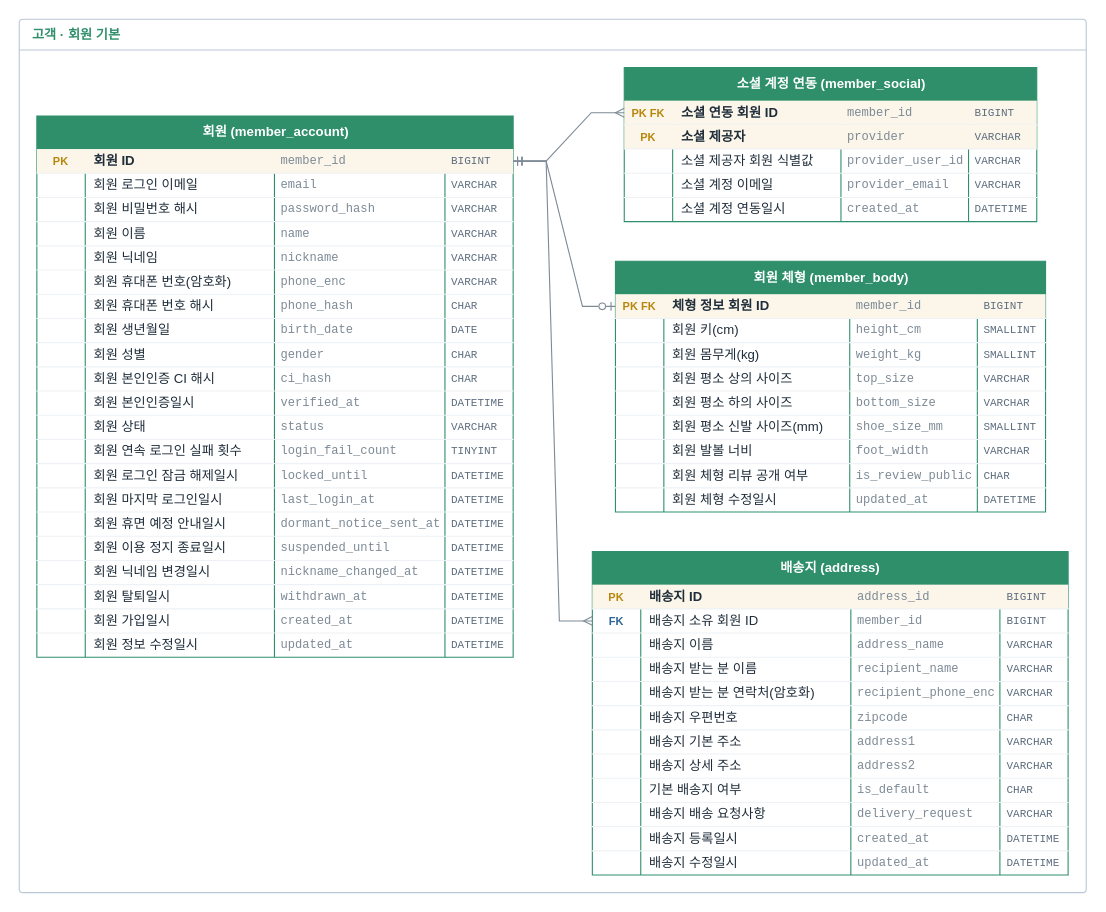
Before: page "전체" (1 of 2) of docs/erd.drawio in jjonong/fashion-shoppingmall, a draw.io diagram. Source tidied: cells renumbered, new cells numbered last; positions are measured from the earlier drawing's top-left corner, leaving out a move shared by most shapes. Both pictures are drawn from the tidied source at 110%, with x=0, y=0 at pixel (19, 19).
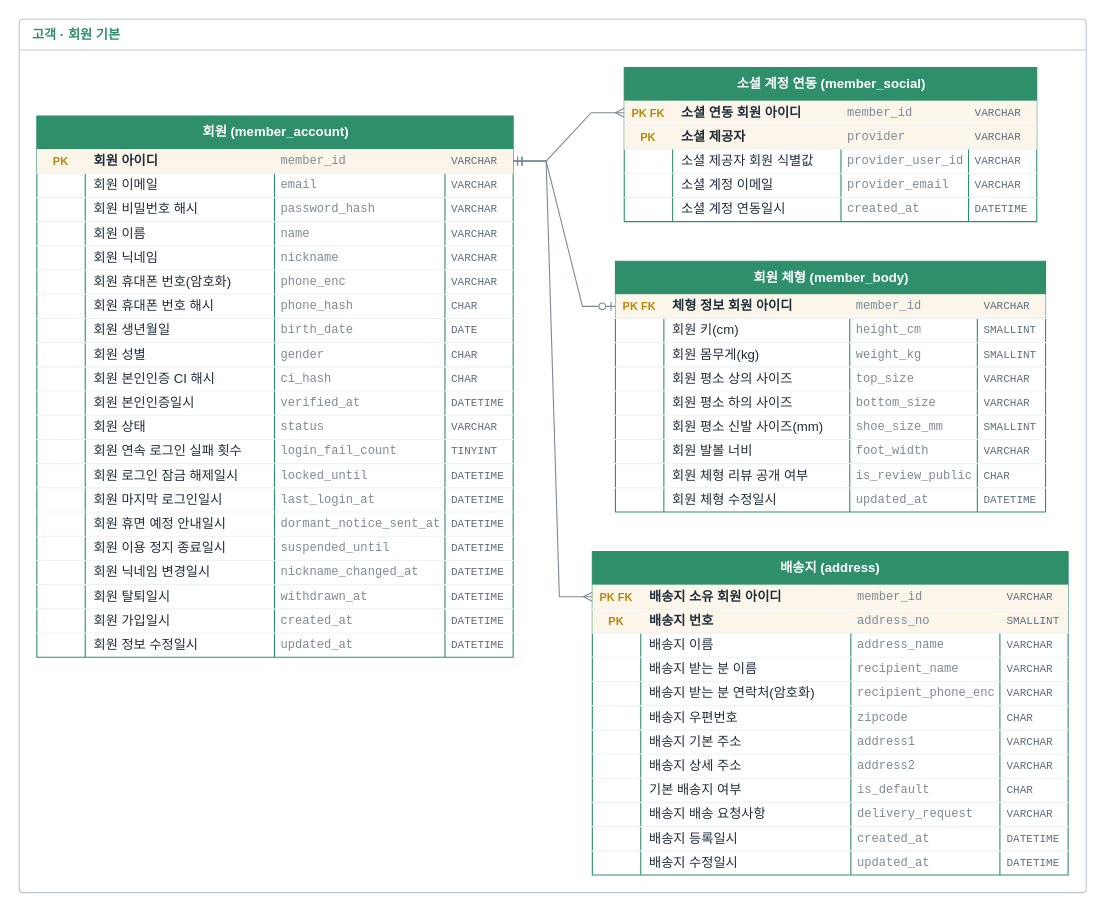
The same diagram, later.

Commit message (it also covers changes not shown here):
AUTO_INCREMENT 제거: 회원 PK를 아이디(varchar)로, 배송지는 (회원 아이디, 배송지 번호) 복합키

The change refers to these unchanged cells:
```xml
<mxCell id="4" style="shape=tableRow;horizontal=0;startSize=0;swimlaneHead=0;swimlaneBody=0;fillColor=#FBF6E9;points=[[0,0.5],[1,0.5]];portConstraint=eastwest;top=0;left=0;right=0;bottom=1;strokeColor=#eef2f6;" parent="3" vertex="1">
  <mxGeometry y="30" width="433" height="22" as="geometry" />
</mxCell>
<mxCell id="9" style="shape=tableRow;horizontal=0;startSize=0;swimlaneHead=0;swimlaneBody=0;fillColor=none;top=0;left=0;right=0;bottom=1;strokeColor=#eef2f6;" parent="3" vertex="1">
  <mxGeometry y="52" width="433" height="22" as="geometry" />
</mxCell>
<mxCell id="110" style="shape=tableRow;horizontal=0;startSize=0;swimlaneHead=0;swimlaneBody=0;fillColor=#FBF6E9;points=[[0,0.5],[1,0.5]];portConstraint=eastwest;top=0;left=0;right=0;bottom=1;strokeColor=#eef2f6;" parent="109" vertex="1">
  <mxGeometry y="30" width="375" height="22" as="geometry" />
</mxCell>
<mxCell id="136" style="shape=tableRow;horizontal=0;startSize=0;swimlaneHead=0;swimlaneBody=0;fillColor=#FBF6E9;points=[[0,0.5],[1,0.5]];portConstraint=eastwest;top=0;left=0;right=0;bottom=1;strokeColor=#eef2f6;" parent="135" vertex="1">
  <mxGeometry y="30" width="391" height="22" as="geometry" />
</mxCell>
<mxCell id="181" value="배송지 (address)" style="shape=table;startSize=30;childLayout=tableLayout;rowLines=0;fontStyle=1;align=center;html=1;fillColor=#2f8f6b;fontColor=#ffffff;strokeColor=#2f8f6b;swimlaneFillColor=#ffffff;" parent="2" vertex="1">
  <mxGeometry x="521" y="484" width="432.5" height="294" as="geometry" />
</mxCell>
```

The edit, as a diff of the source:
```diff
@@
-    <mxCell id="6" value="회원 ID" style="shape=partialRectangle;fillColor=none;top=0;left=0;bottom=0;right=0;overflow=hidden;html=1;fontStyle=1;fontColor=#1f2d3a;align=left;spacingLeft=6;" parent="4" vertex="1">
+    <mxCell id="6" value="회원 아이디" style="shape=partialRectangle;fillColor=none;top=0;left=0;bottom=0;right=0;overflow=hidden;html=1;fontStyle=1;fontColor=#1f2d3a;align=left;spacingLeft=6;" parent="4" vertex="1">
       <mxGeometry x="44" width="172" height="22" as="geometry" />
     </mxCell>
@@
-    <mxCell id="8" value="BIGINT" style="shape=partialRectangle;fillColor=none;top=0;left=0;bottom=0;right=0;overflow=hidden;html=1;fontFamily=Consolas;fontColor=#5d6d7e;fontSize=10;align=left;spacingLeft=4;" parent="4" vertex="1">
+    <mxCell id="8" value="VARCHAR" style="shape=partialRectangle;fillColor=none;top=0;left=0;bottom=0;right=0;overflow=hidden;html=1;fontFamily=Consolas;fontColor=#5d6d7e;fontSize=10;align=left;spacingLeft=4;" parent="4" vertex="1">
       <mxGeometry x="371" width="62" height="22" as="geometry" />
     </mxCell>
@@
-    <mxCell id="11" value="회원 로그인 이메일" style="shape=partialRectangle;fillColor=none;top=0;left=0;bottom=0;right=0;overflow=hidden;html=1;fontStyle=0;fontColor=#1f2d3a;align=left;spacingLeft=6;" parent="9" vertex="1">
+    <mxCell id="11" value="회원 이메일" style="shape=partialRectangle;fillColor=none;top=0;left=0;bottom=0;right=0;overflow=hidden;html=1;fontStyle=0;fontColor=#1f2d3a;align=left;spacingLeft=6;" parent="9" vertex="1">
       <mxGeometry x="44" width="172" height="22" as="geometry" />
     </mxCell>
@@
-    <mxCell id="112" value="소셜 연동 회원 ID" style="shape=partialRectangle;fillColor=none;top=0;left=0;bottom=0;right=0;overflow=hidden;html=1;fontStyle=1;fontColor=#1f2d3a;align=left;spacingLeft=6;" parent="110" vertex="1">
+    <mxCell id="112" value="소셜 연동 회원 아이디" style="shape=partialRectangle;fillColor=none;top=0;left=0;bottom=0;right=0;overflow=hidden;html=1;fontStyle=1;fontColor=#1f2d3a;align=left;spacingLeft=6;" parent="110" vertex="1">
       <mxGeometry x="44" width="153" height="22" as="geometry" />
     </mxCell>
@@
-    <mxCell id="114" value="BIGINT" style="shape=partialRectangle;fillColor=none;top=0;left=0;bottom=0;right=0;overflow=hidden;html=1;fontFamily=Consolas;fontColor=#5d6d7e;fontSize=10;align=left;spacingLeft=4;" parent="110" vertex="1">
+    <mxCell id="114" value="VARCHAR" style="shape=partialRectangle;fillColor=none;top=0;left=0;bottom=0;right=0;overflow=hidden;html=1;fontFamily=Consolas;fontColor=#5d6d7e;fontSize=10;align=left;spacingLeft=4;" parent="110" vertex="1">
       <mxGeometry x="313" width="62" height="22" as="geometry" />
     </mxCell>
@@
-    <mxCell id="138" value="체형 정보 회원 ID" style="shape=partialRectangle;fillColor=none;top=0;left=0;bottom=0;right=0;overflow=hidden;html=1;fontStyle=1;fontColor=#1f2d3a;align=left;spacingLeft=6;" parent="136" vertex="1">
+    <mxCell id="138" value="체형 정보 회원 아이디" style="shape=partialRectangle;fillColor=none;top=0;left=0;bottom=0;right=0;overflow=hidden;html=1;fontStyle=1;fontColor=#1f2d3a;align=left;spacingLeft=6;" parent="136" vertex="1">
       <mxGeometry x="44" width="169" height="22" as="geometry" />
     </mxCell>
@@
-    <mxCell id="140" value="BIGINT" style="shape=partialRectangle;fillColor=none;top=0;left=0;bottom=0;right=0;overflow=hidden;html=1;fontFamily=Consolas;fontColor=#5d6d7e;fontSize=10;align=left;spacingLeft=4;" parent="136" vertex="1">
+    <mxCell id="140" value="VARCHAR" style="shape=partialRectangle;fillColor=none;top=0;left=0;bottom=0;right=0;overflow=hidden;html=1;fontFamily=Consolas;fontColor=#5d6d7e;fontSize=10;align=left;spacingLeft=4;" parent="136" vertex="1">
       <mxGeometry x="329" width="62" height="22" as="geometry" />
     </mxCell>
@@
-    <mxCell id="182" style="shape=tableRow;horizontal=0;startSize=0;swimlaneHead=0;swimlaneBody=0;fillColor=#FBF6E9;top=0;left=0;right=0;bottom=1;strokeColor=#eef2f6;" parent="181" vertex="1">
-      <mxGeometry y="30" width="432.5" height="22" as="geometry" />
-    </mxCell>
-    <mxCell id="183" value="PK" style="shape=partialRectangle;fillColor=none;top=0;left=0;bottom=0;right=0;overflow=hidden;html=1;fontStyle=1;fontColor=#B8860B;fontSize=10;align=center;" parent="182" vertex="1">
-      <mxGeometry width="44" height="22" as="geometry" />
-    </mxCell>
-    <mxCell id="184" value="배송지 ID" style="shape=partialRectangle;fillColor=none;top=0;left=0;bottom=0;right=0;overflow=hidden;html=1;fontStyle=1;fontColor=#1f2d3a;align=left;spacingLeft=6;" parent="182" vertex="1">
-      <mxGeometry x="44" width="191" height="22" as="geometry" />
-    </mxCell>
-    <mxCell id="185" value="address_id" style="shape=partialRectangle;fillColor=none;top=0;left=0;bottom=0;right=0;overflow=hidden;html=1;fontFamily=Consolas;fontColor=#7d8a96;fontSize=11;align=left;spacingLeft=4;" parent="182" vertex="1">
-      <mxGeometry x="235" width="135.5" height="22" as="geometry" />
-    </mxCell>
-    <mxCell id="186" value="BIGINT" style="shape=partialRectangle;fillColor=none;top=0;left=0;bottom=0;right=0;overflow=hidden;html=1;fontFamily=Consolas;fontColor=#5d6d7e;fontSize=10;align=left;spacingLeft=4;" parent="182" vertex="1">
-      <mxGeometry x="370.5" width="62" height="22" as="geometry" />
-    </mxCell>
-    <mxCell id="187" style="shape=tableRow;horizontal=0;startSize=0;swimlaneHead=0;swimlaneBody=0;fillColor=none;points=[[0,0.5],[1,0.5]];portConstraint=eastwest;top=0;left=0;right=0;bottom=1;strokeColor=#eef2f6;" parent="181" vertex="1">
-      <mxGeometry y="52" width="432.5" height="22" as="geometry" />
+    <mxCell id="187" style="shape=tableRow;horizontal=0;startSize=0;swimlaneHead=0;swimlaneBody=0;fillColor=#FBF6E9;points=[[0,0.5],[1,0.5]];portConstraint=eastwest;top=0;left=0;right=0;bottom=1;strokeColor=#eef2f6;" parent="181" vertex="1">
+      <mxGeometry y="30" width="432.5" height="22" as="geometry" />
     </mxCell>
-    <mxCell id="188" value="FK" style="shape=partialRectangle;fillColor=none;top=0;left=0;bottom=0;right=0;overflow=hidden;html=1;fontStyle=1;fontColor=#2f6496;fontSize=10;align=center;" parent="187" vertex="1">
+    <mxCell id="188" value="PK FK" style="shape=partialRectangle;fillColor=none;top=0;left=0;bottom=0;right=0;overflow=hidden;html=1;fontStyle=1;fontColor=#B8860B;fontSize=10;align=center;" parent="187" vertex="1">
       <mxGeometry width="44" height="22" as="geometry" />
     </mxCell>
-    <mxCell id="189" value="배송지 소유 회원 ID" style="shape=partialRectangle;fillColor=none;top=0;left=0;bottom=0;right=0;overflow=hidden;html=1;fontStyle=0;fontColor=#1f2d3a;align=left;spacingLeft=6;" parent="187" vertex="1">
+    <mxCell id="189" value="배송지 소유 회원 아이디" style="shape=partialRectangle;fillColor=none;top=0;left=0;bottom=0;right=0;overflow=hidden;html=1;fontStyle=1;fontColor=#1f2d3a;align=left;spacingLeft=6;" parent="187" vertex="1">
       <mxGeometry x="44" width="191" height="22" as="geometry" />
     </mxCell>
@@
-    <mxCell id="191" value="BIGINT" style="shape=partialRectangle;fillColor=none;top=0;left=0;bottom=0;right=0;overflow=hidden;html=1;fontFamily=Consolas;fontColor=#5d6d7e;fontSize=10;align=left;spacingLeft=4;" parent="187" vertex="1">
+    <mxCell id="191" value="VARCHAR" style="shape=partialRectangle;fillColor=none;top=0;left=0;bottom=0;right=0;overflow=hidden;html=1;fontFamily=Consolas;fontColor=#5d6d7e;fontSize=10;align=left;spacingLeft=4;" parent="187" vertex="1">
       <mxGeometry x="370.5" width="62" height="22" as="geometry" />
     </mxCell>
+    <mxCell id="245" style="shape=tableRow;horizontal=0;startSize=0;swimlaneHead=0;swimlaneBody=0;fillColor=#FBF6E9;top=0;left=0;right=0;bottom=1;strokeColor=#eef2f6;" parent="181" vertex="1">
+      <mxGeometry y="52" width="432.5" height="22" as="geometry" />
+    </mxCell>
+    <mxCell id="183" value="PK" style="shape=partialRectangle;fillColor=none;top=0;left=0;bottom=0;right=0;overflow=hidden;html=1;fontStyle=1;fontColor=#B8860B;fontSize=10;align=center;" parent="245" vertex="1">
+      <mxGeometry width="44" height="22" as="geometry" />
+    </mxCell>
+    <mxCell id="246" value="배송지 번호" style="shape=partialRectangle;fillColor=none;top=0;left=0;bottom=0;right=0;overflow=hidden;html=1;fontStyle=1;fontColor=#1f2d3a;align=left;spacingLeft=6;" parent="245" vertex="1">
+      <mxGeometry x="44" width="191" height="22" as="geometry" />
+    </mxCell>
+    <mxCell id="247" value="address_no" style="shape=partialRectangle;fillColor=none;top=0;left=0;bottom=0;right=0;overflow=hidden;html=1;fontFamily=Consolas;fontColor=#7d8a96;fontSize=11;align=left;spacingLeft=4;" parent="245" vertex="1">
+      <mxGeometry x="235" width="135.5" height="22" as="geometry" />
+    </mxCell>
+    <mxCell id="248" value="SMALLINT" style="shape=partialRectangle;fillColor=none;top=0;left=0;bottom=0;right=0;overflow=hidden;html=1;fontFamily=Consolas;fontColor=#5d6d7e;fontSize=10;align=left;spacingLeft=4;" parent="245" vertex="1">
+      <mxGeometry x="370.5" width="62" height="22" as="geometry" />
+    </mxCell>
```
